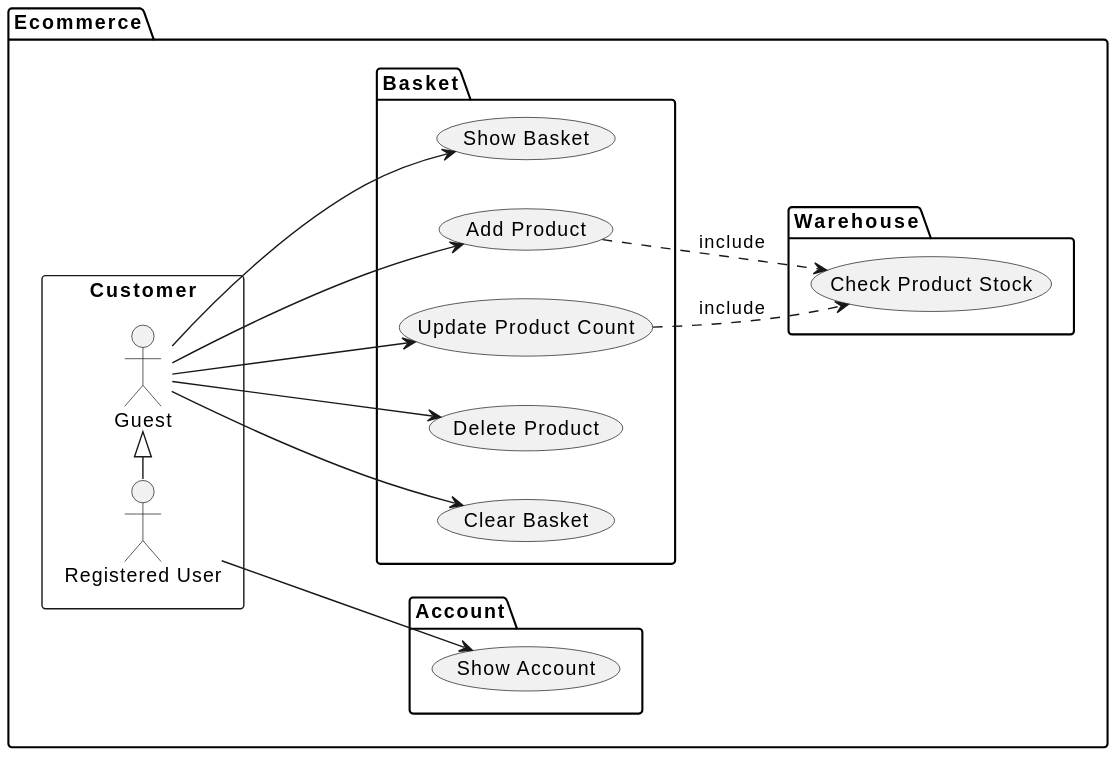
Above: usecase-diagram.svg in arkadiusjonczek/clean-architecture-go (PlantUML), before the change.
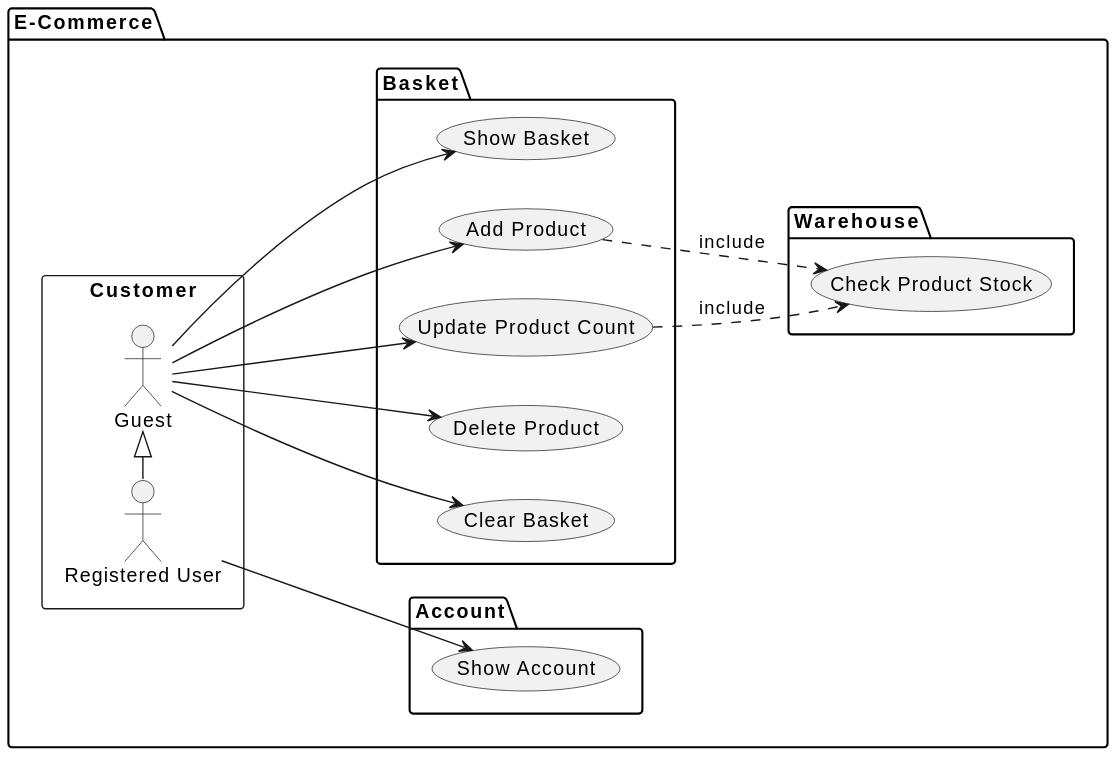
The same file after the commit.

Change to the diagram source:
```diff
@@ -1,5 +1,5 @@
 @startuml
-package Ecommerce {
+package E-Commerce {
 
 left to right direction
 
```
